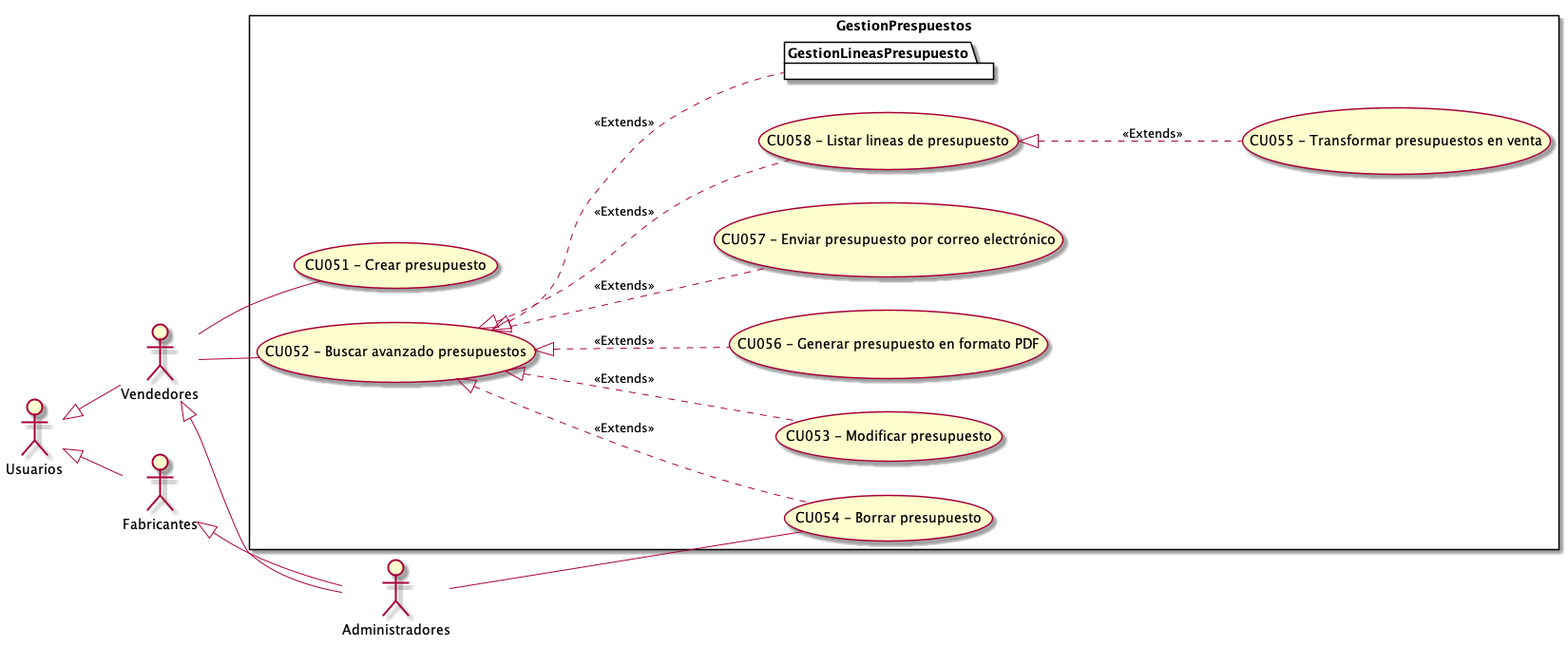
Before: Informe Final/Imagenes/ModeladoDeCasosDeUso/DiagramaDeCasosDeUso/GestionPresupuestos.png, a diagram exported from PlantUML (ZMGestion/DocumentacionZMGestion). Source of this version:
```plantuml
@startuml GestionPresupuestos
top to bottom direction
:Usuarios:
:Administradores:
:Vendedores:
:Fabricantes:

Usuarios <|-- Vendedores
Usuarios <|-- Fabricantes
Vendedores <|-- Administradores
Fabricantes <|-- Administradores

 left to right direction

rectangle GestionPrespuestos{
    UseCase "CU051 - Crear presupuesto" as C
    UseCase "CU052 - Buscar avanzado presupuestos" as BA
    UseCase "CU053 - Modificar presupuesto" as M
    UseCase "CU054 - Borrar presupuesto" as B
    UseCase "CU055 - Transformar presupuestos en venta" as Transformar
    UseCase "CU056 - Generar presupuesto en formato PDF" as PDF
    UseCase "CU057 - Enviar presupuesto por correo electrónico" as Enviar
    UseCase "CU058 - Listar lineas de presupuesto" as Listar
    package GestionLineasPresupuesto{
    }

    BA <|.. M : <<Extends>>
    BA <|.. B : <<Extends>>
    Listar <|.. Transformar : <<Extends>>
    BA <|.. GestionLineasPresupuesto : <<Extends>>
    BA <|.. PDF : <<Extends>>
    BA <|.. Enviar : <<Extends>>
    BA <|.. Listar: <<Extends>>
}
    Vendedores -- C
    Vendedores -- BA
    Administradores -- B

@enduml
```
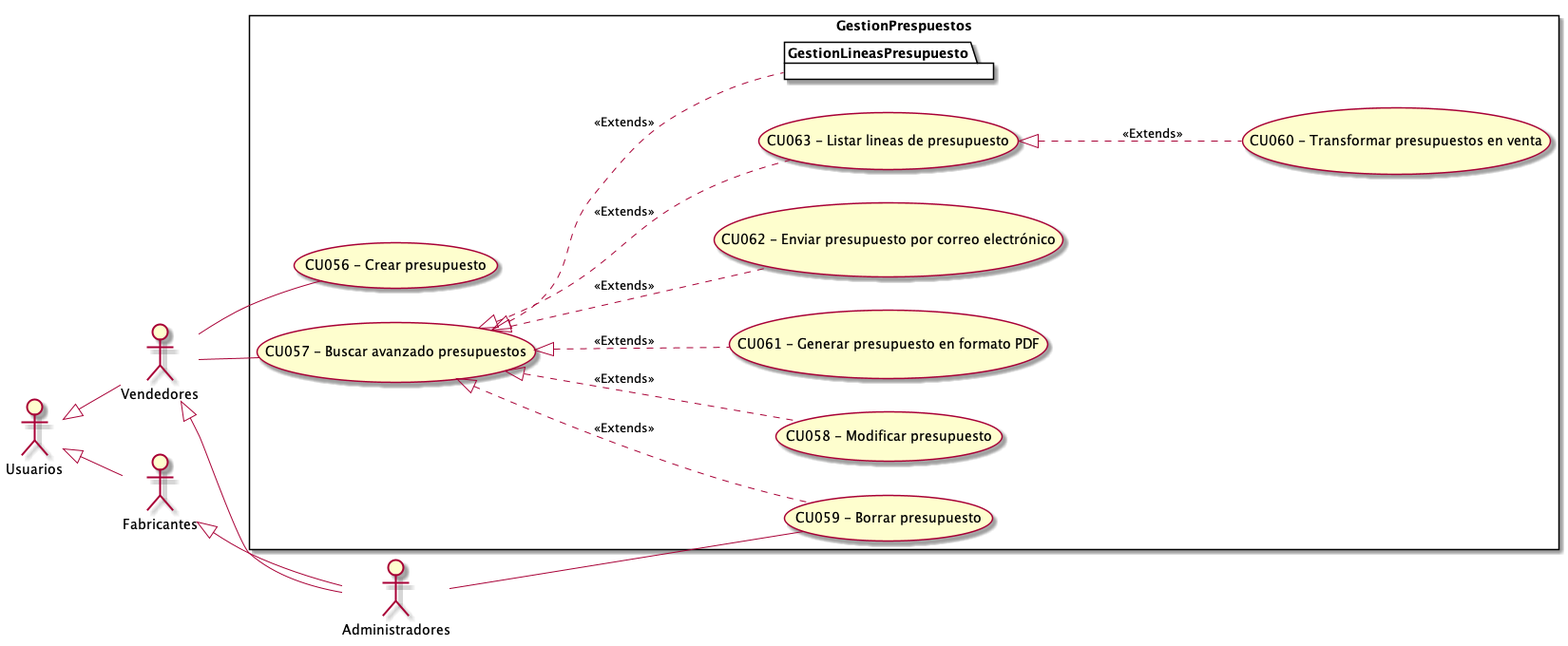
After the change.

What changed in the source:
```diff
@@ -13,14 +13,14 @@
  left to right direction
 
 rectangle GestionPrespuestos{
-    UseCase "CU051 - Crear presupuesto" as C
-    UseCase "CU052 - Buscar avanzado presupuestos" as BA
-    UseCase "CU053 - Modificar presupuesto" as M
-    UseCase "CU054 - Borrar presupuesto" as B
-    UseCase "CU055 - Transformar presupuestos en venta" as Transformar
-    UseCase "CU056 - Generar presupuesto en formato PDF" as PDF
-    UseCase "CU057 - Enviar presupuesto por correo electrónico" as Enviar
-    UseCase "CU058 - Listar lineas de presupuesto" as Listar
+    UseCase "CU056 - Crear presupuesto" as C
+    UseCase "CU057 - Buscar avanzado presupuestos" as BA
+    UseCase "CU058 - Modificar presupuesto" as M
+    UseCase "CU059 - Borrar presupuesto" as B
+    UseCase "CU060 - Transformar presupuestos en venta" as Transformar
+    UseCase "CU061 - Generar presupuesto en formato PDF" as PDF
+    UseCase "CU062 - Enviar presupuesto por correo electrónico" as Enviar
+    UseCase "CU063 - Listar lineas de presupuesto" as Listar
     package GestionLineasPresupuesto{
     }
 
```
